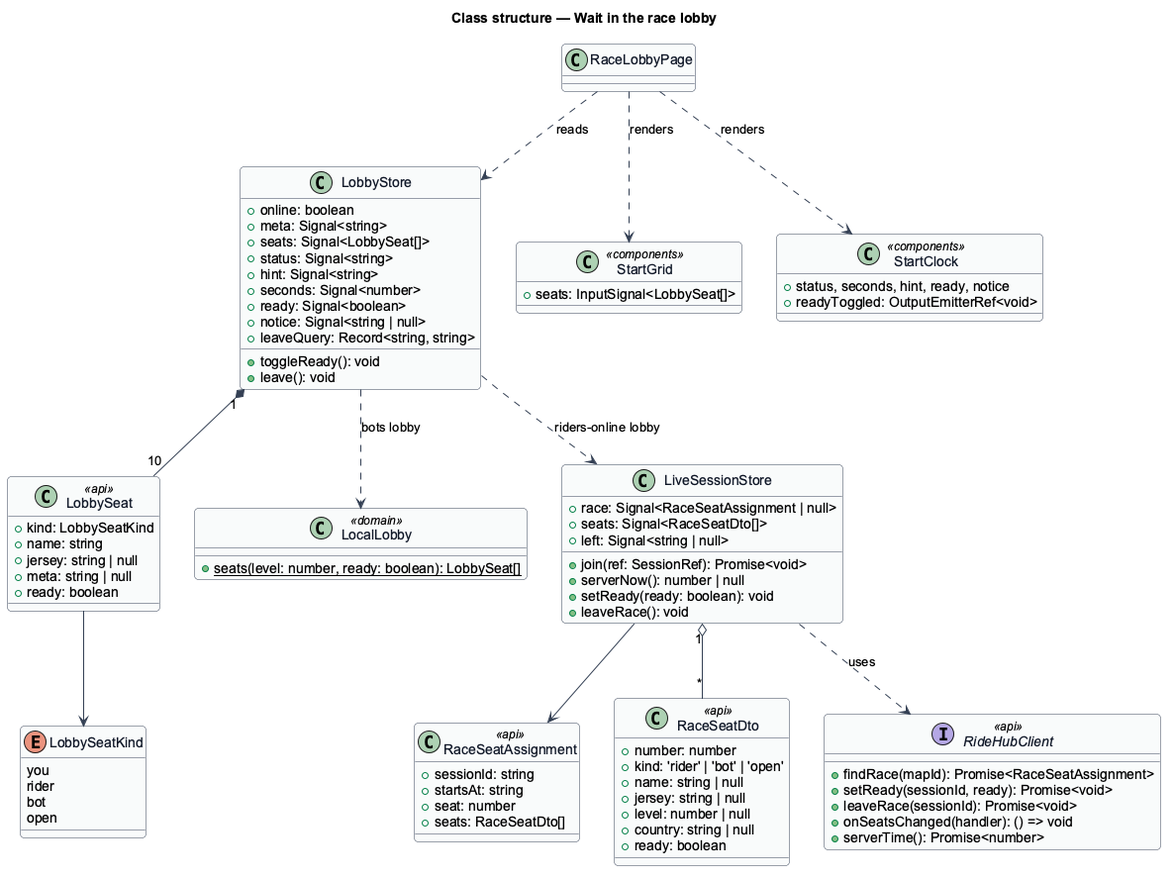
Earlier version of the PlantUML export docs/detailed-designs/race/wait-in-the-race-lobby/diagrams/class-structure.png (QuinntyneBrown/wattzup). Source of this version:
```plantuml
@startuml
skinparam backgroundColor #FFFFFF
skinparam shadowing false
skinparam roundcorner 8
skinparam defaultFontName Arial
skinparam ArrowColor #344054
skinparam class {
  BorderColor #344054
  FontColor #101828
  BackgroundColor #F9FAFB
}
title Class structure — Wait in the race lobby
enum LobbySeatKind {
  you
  rider
  bot
  open
}
class LobbySeat <<api>> {
  +kind: LobbySeatKind
  +name: string
  +jersey: string | null
  +meta: string | null
  +ready: boolean
}
class LobbyStore {
  +online: boolean
  +meta: Signal<string>
  +seats: Signal<LobbySeat[]>
  +status: Signal<string>
  +hint: Signal<string>
  +seconds: Signal<number>
  +ready: Signal<boolean>
  +notice: Signal<string | null>
  +leaveQuery: Record<string, string>
  +toggleReady(): void
  +leave(): void
}
class LocalLobby <<domain>> {
  +{static} seats(level: number, ready: boolean): LobbySeat[]
}
class LiveSessionStore {
  +race: Signal<RaceSeatAssignment | null>
  +seats: Signal<RaceSeatDto[]>
  +left: Signal<string | null>
  +join(ref: SessionRef): Promise<void>
  +serverNow(): number | null
  +setReady(ready: boolean): void
  +leaveRace(): void
}
class RaceSeatAssignment <<api>> {
  +sessionId: string
  +startsAt: string
  +seat: number
  +seats: RaceSeatDto[]
}
class RaceSeatDto <<api>> {
  +number: number
  +kind: 'rider' | 'bot' | 'open'
  +name: string | null
  +jersey: string | null
  +level: number | null
  +country: string | null
  +ready: boolean
}
interface RideHubClient <<api>> {
  +findRace(mapId): Promise<RaceSeatAssignment>
  +setReady(sessionId, ready): Promise<void>
  +leaveRace(sessionId): Promise<void>
  +onSeatsChanged(handler): () => void
  +serverTime(): Promise<number>
}
class RaceLobbyPage
class StartGrid <<components>> {
  +seats: InputSignal<LobbySeat[]>
}
class StartClock <<components>> {
  +status, seconds, hint, ready, notice
  +readyToggled: OutputEmitterRef<void>
}
RaceLobbyPage ..> LobbyStore : reads
RaceLobbyPage ..> StartGrid : renders
RaceLobbyPage ..> StartClock : renders
LobbyStore "1" *-- "10" LobbySeat
LobbySeat --> LobbySeatKind
LobbyStore ..> LocalLobby : bots lobby
LobbyStore ..> LiveSessionStore : riders-online lobby
LiveSessionStore --> RaceSeatAssignment
LiveSessionStore "1" o-- "*" RaceSeatDto
LiveSessionStore ..> RideHubClient : uses
@enduml
```
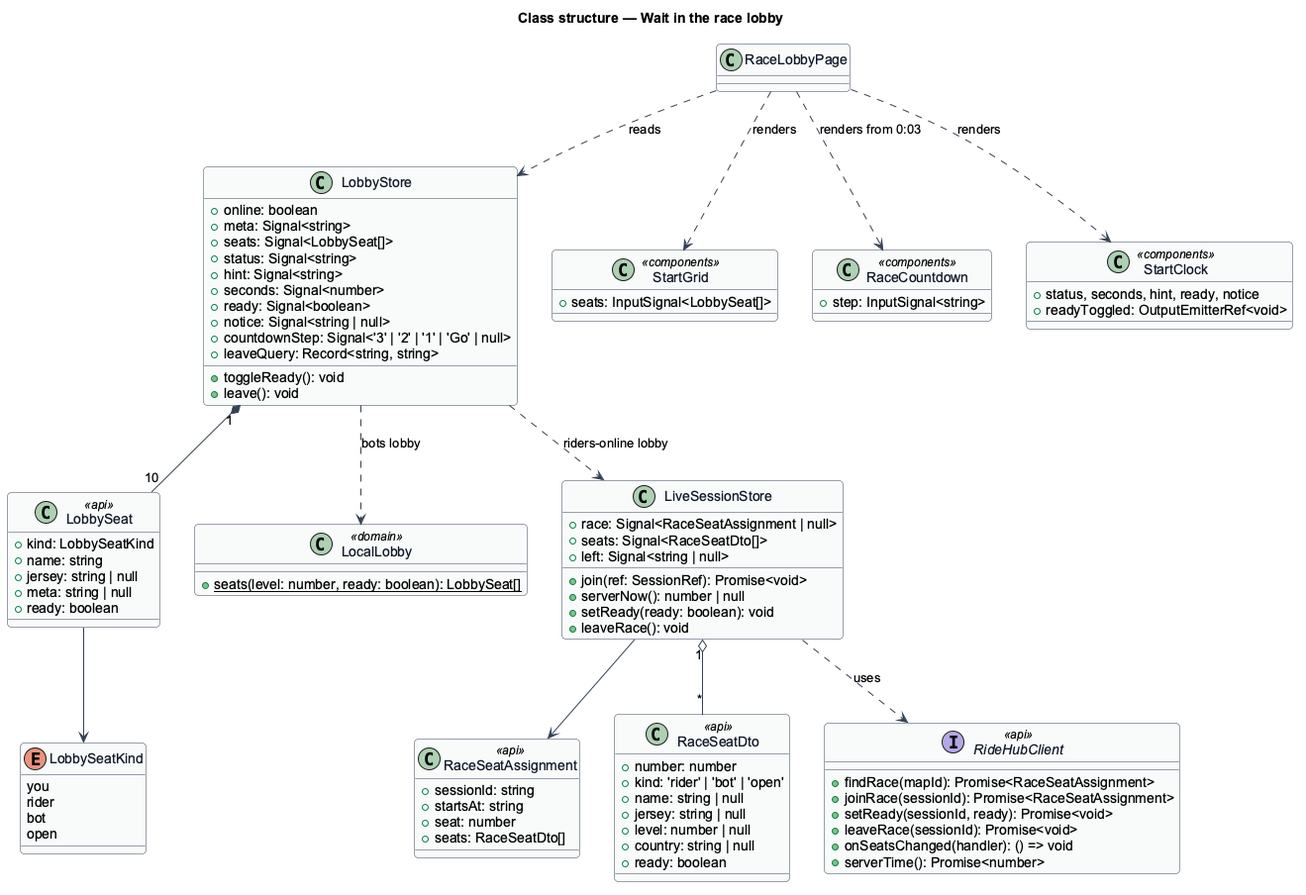
The same file after the commit.

What changed in the source:
```diff
@@ -32,6 +32,7 @@
   +seconds: Signal<number>
   +ready: Signal<boolean>
   +notice: Signal<string | null>
+  +countdownStep: Signal<'3' | '2' | '1' | 'Go' | null>
   +leaveQuery: Record<string, string>
   +toggleReady(): void
   +leave(): void
@@ -65,6 +66,7 @@
 }
 interface RideHubClient <<api>> {
   +findRace(mapId): Promise<RaceSeatAssignment>
+  +joinRace(sessionId): Promise<RaceSeatAssignment>
   +setReady(sessionId, ready): Promise<void>
   +leaveRace(sessionId): Promise<void>
   +onSeatsChanged(handler): () => void
@@ -74,6 +76,9 @@
 class StartGrid <<components>> {
   +seats: InputSignal<LobbySeat[]>
 }
+class RaceCountdown <<components>> {
+  +step: InputSignal<string>
+}
 class StartClock <<components>> {
   +status, seconds, hint, ready, notice
   +readyToggled: OutputEmitterRef<void>
@@ -81,6 +86,7 @@
 RaceLobbyPage ..> LobbyStore : reads
 RaceLobbyPage ..> StartGrid : renders
 RaceLobbyPage ..> StartClock : renders
+RaceLobbyPage ..> RaceCountdown : renders from 0:03
 LobbyStore "1" *-- "10" LobbySeat
 LobbySeat --> LobbySeatKind
 LobbyStore ..> LocalLobby : bots lobby
```
